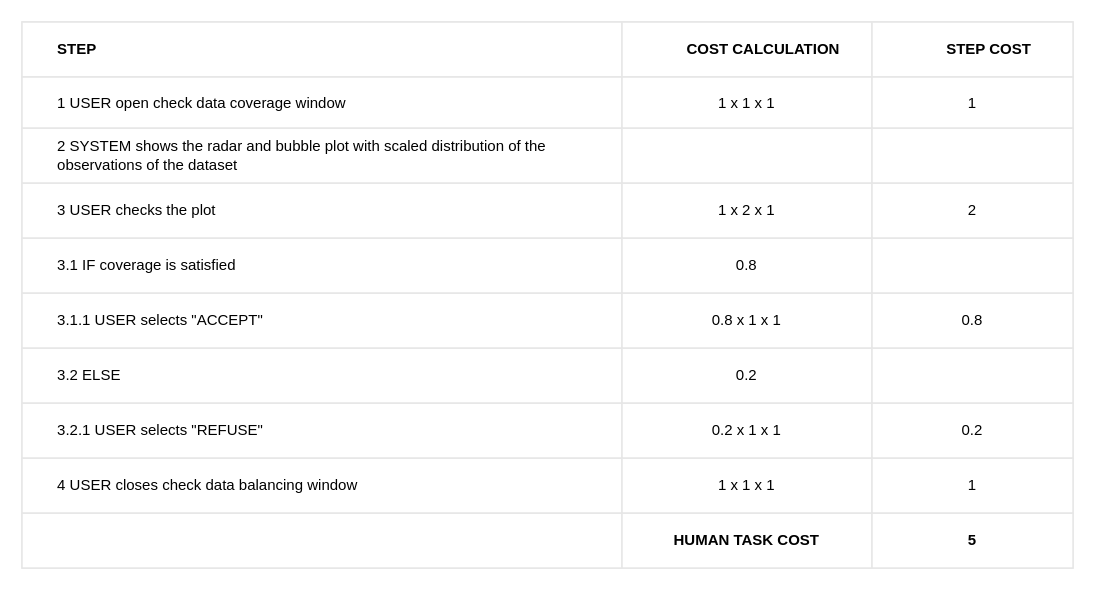
The draw.io diagram Diagramma senza titolo.drawio in BaffoBello14/AutomaticDamagesRecognition, before the edit. Source tidied: cells renumbered, new cells numbered last; positions are measured from the earlier drawing's top-left corner, leaving out a move shared by most shapes. Both pictures are drawn from the tidied source at 125%, with x=0, y=0 at pixel (21, 21).
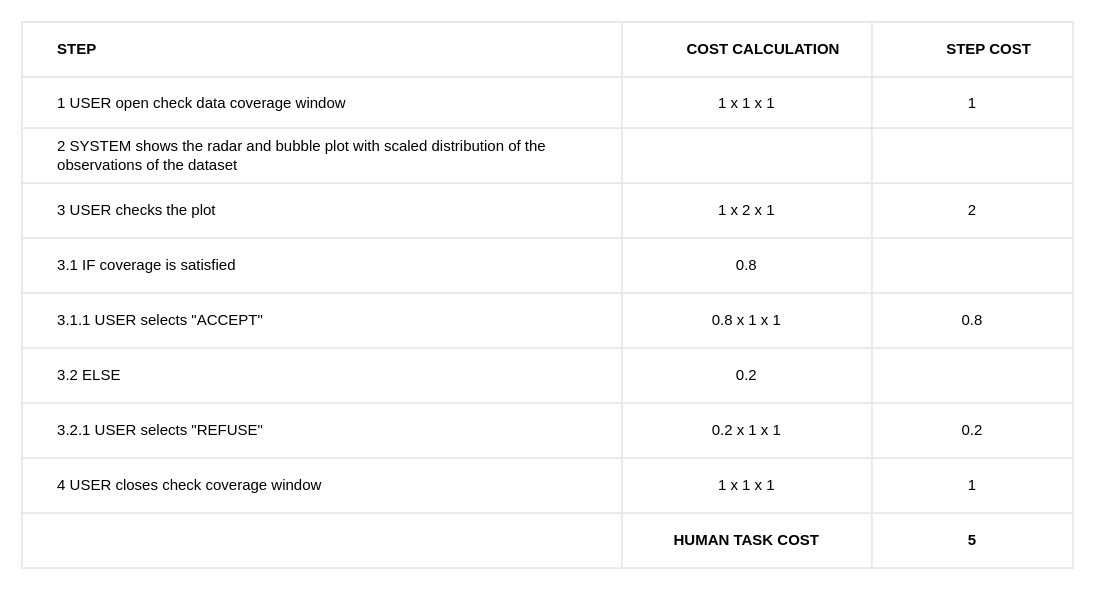
After the change.

The change refers to these unchanged cells:
```xml
<mxCell id="35" style="shape=tableRow;horizontal=0;startSize=0;swimlaneHead=0;swimlaneBody=0;top=0;left=0;bottom=0;right=0;fontStyle=0;fillColor=none;strokeColor=inherit;align=center;" parent="2" vertex="1">
  <mxGeometry y="349" width="841" height="44" as="geometry" />
</mxCell>
```

What changed in the source:
```diff
@@
-    <mxCell id="36" value="&lt;span style=&quot;white-space: pre;&quot;&gt;&#9;&lt;/span&gt;4&amp;nbsp;USER closes check data balancing&amp;nbsp;window&amp;nbsp;" style="strokeColor=inherit;fillColor=none;align=left;whiteSpace=wrap;html=1;labelPosition=center;verticalLabelPosition=middle;verticalAlign=middle;" parent="35" vertex="1">
+    <mxCell id="36" value="&lt;span style=&quot;white-space: pre;&quot;&gt;&#9;&lt;/span&gt;4&amp;nbsp;USER closes check coverage window&amp;nbsp;" style="strokeColor=inherit;fillColor=none;align=left;whiteSpace=wrap;html=1;labelPosition=center;verticalLabelPosition=middle;verticalAlign=middle;" parent="35" vertex="1">
       <mxGeometry width="480" height="44" as="geometry" />
     </mxCell>
```
